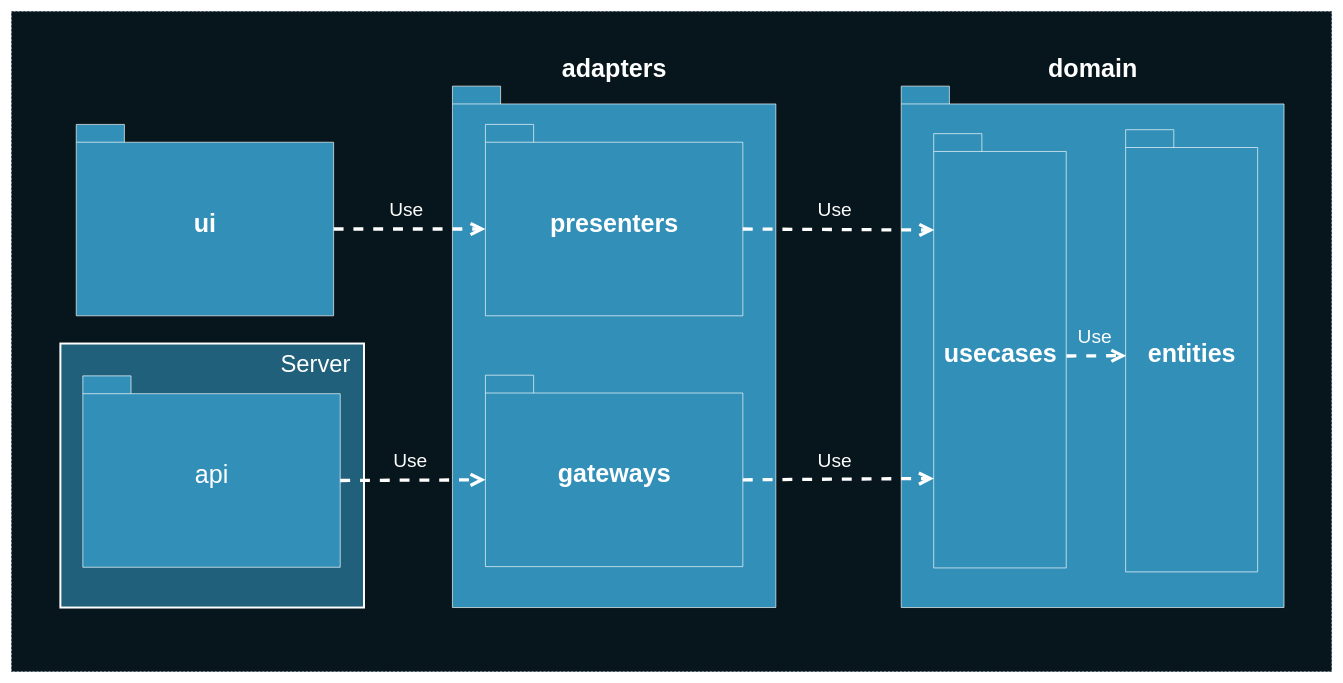
This is deck/ru/diagrams/packagesDependencies.drawio from AlexanderLapygin/ca-react-rest-api-starter, a draw.io file, before an edit. Source tidied: cells renumbered, new cells numbered last; positions are measured from the earlier drawing's top-left corner, leaving out a move shared by most shapes. Both pictures are drawn from the tidied source at 66%, with x=0, y=0 at pixel (11, 11).
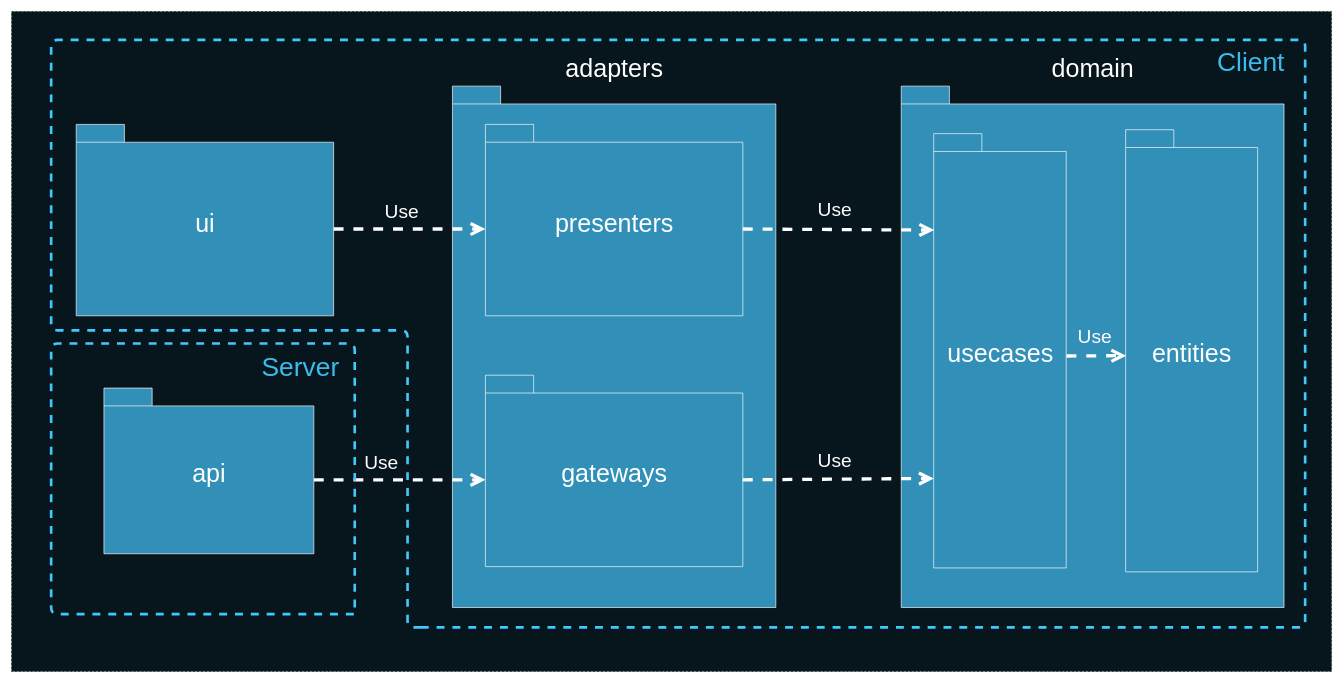
The same diagram, later.

Unchanged cells that the change refers to:
```xml
<mxCell id="4" style="group;" parent="1" vertex="1">
  <mxGeometry x="668" y="113" width="490" height="790" as="geometry" />
</mxCell>
<mxCell id="8" style="group;" parent="1" vertex="1">
  <mxGeometry x="1348" y="113" width="580" height="790" as="geometry" />
</mxCell>
```

The edit, as a diff of the source:
```diff
@@
-    <mxCell id="3" value="&lt;font color=&quot;#ffffff&quot; style=&quot;font-size: 38px&quot;&gt;ui&lt;/font&gt;" style="shape=folder;fontStyle=1;spacingTop=10;tabWidth=73;tabHeight=27;tabPosition=left;html=1;strokeColor=#FFFFFF;fillColor=#3290B8;" parent="1" vertex="1">
+    <mxCell id="3" value="&lt;font color=&quot;#ffffff&quot; style=&quot;font-size: 38px&quot;&gt;ui&lt;/font&gt;" style="shape=folder;fontStyle=0;spacingTop=10;tabWidth=73;tabHeight=27;tabPosition=left;html=1;strokeColor=#FFFFFF;fillColor=#3290B8;" parent="1" vertex="1">
       <mxGeometry x="98" y="171" width="390" height="290" as="geometry" />
     </mxCell>
@@
-    <mxCell id="5" value="&lt;font color=&quot;#ffffff&quot; style=&quot;font-size: 38px&quot;&gt;adapters&lt;/font&gt;" style="shape=folder;fontStyle=1;spacingTop=10;tabWidth=73;tabHeight=27;tabPosition=left;html=1;strokeColor=#FFFFFF;fillColor=#3290B8;labelPosition=center;verticalLabelPosition=top;align=center;verticalAlign=bottom;" parent="4" vertex="1">
+    <mxCell id="5" value="&lt;font color=&quot;#ffffff&quot; style=&quot;font-size: 38px&quot;&gt;adapters&lt;/font&gt;" style="shape=folder;fontStyle=0;spacingTop=10;tabWidth=73;tabHeight=27;tabPosition=left;html=1;strokeColor=#FFFFFF;fillColor=#3290B8;labelPosition=center;verticalLabelPosition=top;align=center;verticalAlign=bottom;" parent="4" vertex="1">
       <mxGeometry width="490" height="790" as="geometry" />
     </mxCell>
-    <mxCell id="6" value="&lt;font color=&quot;#ffffff&quot; style=&quot;font-size: 38px&quot;&gt;presenters&lt;/font&gt;" style="shape=folder;fontStyle=1;spacingTop=10;tabWidth=73;tabHeight=27;tabPosition=left;html=1;strokeColor=#FFFFFF;fillColor=#3290B8;" parent="4" vertex="1">
+    <mxCell id="6" value="&lt;font color=&quot;#ffffff&quot; style=&quot;font-size: 38px&quot;&gt;presenters&lt;/font&gt;" style="shape=folder;fontStyle=0;spacingTop=10;tabWidth=73;tabHeight=27;tabPosition=left;html=1;strokeColor=#FFFFFF;fillColor=#3290B8;" parent="4" vertex="1">
       <mxGeometry x="50" y="58" width="390" height="290" as="geometry" />
     </mxCell>
-    <mxCell id="7" value="&lt;font color=&quot;#ffffff&quot; style=&quot;font-size: 38px&quot;&gt;gateways&lt;/font&gt;" style="shape=folder;fontStyle=1;spacingTop=10;tabWidth=73;tabHeight=27;tabPosition=left;html=1;strokeColor=#FFFFFF;fillColor=#3290B8;" parent="4" vertex="1">
+    <mxCell id="7" value="&lt;font color=&quot;#ffffff&quot; style=&quot;font-size: 38px&quot;&gt;gateways&lt;/font&gt;" style="shape=folder;fontStyle=0;spacingTop=10;tabWidth=73;tabHeight=27;tabPosition=left;html=1;strokeColor=#FFFFFF;fillColor=#3290B8;" parent="4" vertex="1">
       <mxGeometry x="50" y="438" width="390" height="290" as="geometry" />
     </mxCell>
@@
-    <mxCell id="9" value="&lt;font color=&quot;#ffffff&quot; style=&quot;font-size: 38px&quot;&gt;domain&lt;/font&gt;" style="shape=folder;fontStyle=1;spacingTop=10;tabWidth=73;tabHeight=27;tabPosition=left;html=1;strokeColor=#FFFFFF;fillColor=#3290B8;labelPosition=center;verticalLabelPosition=top;align=center;verticalAlign=bottom;" parent="8" vertex="1">
+    <mxCell id="9" value="&lt;font color=&quot;#ffffff&quot; style=&quot;font-size: 38px&quot;&gt;domain&lt;/font&gt;" style="shape=folder;fontStyle=0;spacingTop=10;tabWidth=73;tabHeight=27;tabPosition=left;html=1;strokeColor=#FFFFFF;fillColor=#3290B8;labelPosition=center;verticalLabelPosition=top;align=center;verticalAlign=bottom;" parent="8" vertex="1">
       <mxGeometry width="580" height="790" as="geometry" />
     </mxCell>
-    <mxCell id="10" value="&lt;font color=&quot;#ffffff&quot; style=&quot;font-size: 38px&quot;&gt;entities&lt;/font&gt;" style="shape=folder;fontStyle=1;spacingTop=10;tabWidth=73;tabHeight=27;tabPosition=left;html=1;strokeColor=#FFFFFF;fillColor=#3290B8;" parent="8" vertex="1">
+    <mxCell id="10" value="&lt;font color=&quot;#ffffff&quot; style=&quot;font-size: 38px&quot;&gt;entities&lt;/font&gt;" style="shape=folder;fontStyle=0;spacingTop=10;tabWidth=73;tabHeight=27;tabPosition=left;html=1;strokeColor=#FFFFFF;fillColor=#3290B8;" parent="8" vertex="1">
       <mxGeometry x="340" y="66" width="200" height="670" as="geometry" />
     </mxCell>
-    <mxCell id="11" value="&lt;font color=&quot;#ffffff&quot; style=&quot;font-size: 38px&quot;&gt;usecases&lt;/font&gt;" style="shape=folder;fontStyle=1;spacingTop=10;tabWidth=73;tabHeight=27;tabPosition=left;html=1;strokeColor=#FFFFFF;fillColor=#3290B8;" parent="8" vertex="1">
+    <mxCell id="11" value="&lt;font color=&quot;#ffffff&quot; style=&quot;font-size: 38px&quot;&gt;usecases&lt;/font&gt;" style="shape=folder;fontStyle=0;spacingTop=10;tabWidth=73;tabHeight=27;tabPosition=left;html=1;strokeColor=#FFFFFF;fillColor=#3290B8;" parent="8" vertex="1">
       <mxGeometry x="49.2" y="72" width="200.8" height="658" as="geometry" />
     </mxCell>
@@
     <mxCell id="13" value="Use" style="endArrow=open;endSize=12;dashed=1;html=1;strokeColor=#FFFFFF;strokeWidth=5;fontSize=29;fontColor=#FFFFFF;entryX=0;entryY=0;entryDx=0;entryDy=158.5;entryPerimeter=0;exitX=0;exitY=0;exitDx=390;exitDy=158.5;exitPerimeter=0;labelBackgroundColor=none;" parent="1" edge="1" source="3" target="6">
-      <mxGeometry x="-0.04" y="29" relative="1" as="geometry" />
+      <mxGeometry x="-0.11" y="26" relative="1" as="geometry">
+        <mxPoint x="1" as="offset" />
+      </mxGeometry>
     </mxCell>
@@
-    <mxCell id="16" style="group;" parent="1" vertex="1">
-      <mxGeometry x="74" y="503" width="460" height="400" as="geometry" />
-    </mxCell>
-    <mxCell id="17" style="rounded=0;whiteSpace=wrap;html=1;strokeColor=#FFFFFF;strokeWidth=3;fillColor=#21607A;fontSize=23;fontColor=#FFFFFF;" parent="16" vertex="1">
-      <mxGeometry width="460" height="400" as="geometry" />
-    </mxCell>
+    <mxCell id="20" value="Use" style="endArrow=open;endSize=12;dashed=1;html=1;strokeColor=#FFFFFF;strokeWidth=5;fontSize=29;fontColor=#FFFFFF;entryX=0;entryY=0;entryDx=0;entryDy=158.5;entryPerimeter=0;exitX=0;exitY=0;exitDx=318;exitDy=139;labelBackgroundColor=none;exitPerimeter=0;" parent="1" edge="1" source="18" target="7">
+      <mxGeometry x="-0.22" y="27" relative="1" as="geometry">
+        <mxPoint x="1" y="1" as="offset" />
+      </mxGeometry>
+    </mxCell>
+    <mxCell id="21" style="group;" parent="1" vertex="1">
+      <mxGeometry x="50" y="43" width="1934" height="890" as="geometry" />
+    </mxCell>
+    <mxCell id="22" style="group;" parent="21" vertex="1">
+      <mxGeometry x="10" width="1924" height="890" as="geometry" />
+    </mxCell>
+    <mxCell id="23" style="edgeStyle=segmentEdgeStyle;endArrow=none;html=1;strokeColor=#41C9FF;strokeWidth=4;endFill=0;dashed=1;" parent="22" edge="1">
+      <mxGeometry relative="1" as="geometry">
+        <mxPoint x="560" y="890" as="sourcePoint" />
+        <mxPoint x="560" y="890" as="targetPoint" />
+        <Array as="points">
+          <mxPoint x="1900" y="890" />
+          <mxPoint x="1900" />
+          <mxPoint />
+          <mxPoint y="440" />
+          <mxPoint x="540" y="440" />
+          <mxPoint x="540" y="890" />
+        </Array>
+      </mxGeometry>
+    </mxCell>
+    <mxCell id="24" value="Client" style="text;html=1;strokeColor=none;fillColor=none;align=center;verticalAlign=middle;whiteSpace=wrap;rounded=0;fontColor=#3CBBED;fontSize=40;" parent="22" vertex="1">
+      <mxGeometry x="1712" y="3" width="212" height="60" as="geometry" />
+    </mxCell>
+    <mxCell id="25" style="group;" parent="1" vertex="1">
+      <mxGeometry x="60" y="503" width="484" height="410" as="geometry" />
+    </mxCell>
-    <mxCell id="18" value="&lt;font color=&quot;#ffffff&quot; style=&quot;font-size: 38px ; font-weight: normal&quot;&gt;api&lt;/font&gt;" style="shape=folder;fontStyle=1;spacingTop=10;tabWidth=73;tabHeight=27;tabPosition=left;html=1;strokeColor=#FFFFFF;fillColor=#3290B8;" parent="16" vertex="1">
-      <mxGeometry x="34" y="49" width="390" height="290" as="geometry" />
+    <mxCell id="18" value="&lt;font color=&quot;#ffffff&quot; style=&quot;font-size: 38px;&quot;&gt;api&lt;/font&gt;" style="shape=folder;fontStyle=0;spacingTop=10;tabWidth=73;tabHeight=27;tabPosition=left;html=1;strokeColor=#FFFFFF;fillColor=#3290B8;" parent="25" vertex="1">
+      <mxGeometry x="80" y="67.5" width="318" height="251" as="geometry" />
     </mxCell>
+    <mxCell id="26" style="group;" parent="25" vertex="1">
+      <mxGeometry width="484" height="410" as="geometry" />
+    </mxCell>
+    <mxCell id="27" style="edgeStyle=segmentEdgeStyle;endArrow=none;html=1;strokeColor=#41C9FF;strokeWidth=4;endFill=0;dashed=1;" parent="26" edge="1">
+      <mxGeometry relative="1" as="geometry">
+        <mxPoint x="460" y="400" as="sourcePoint" />
+        <mxPoint x="460" y="410" as="targetPoint" />
+        <Array as="points">
+          <mxPoint x="460" />
+          <mxPoint />
+          <mxPoint y="410" />
+          <mxPoint x="460" y="410" />
+        </Array>
+      </mxGeometry>
+    </mxCell>
-    <mxCell id="19" value="Server" style="text;html=1;strokeColor=none;fillColor=none;align=center;verticalAlign=middle;whiteSpace=wrap;rounded=0;fontSize=36;fontColor=#FFFFFF;fontStyle=0;" parent="16" vertex="1">
-      <mxGeometry x="327" y="21" width="120" height="20" as="geometry" />
+    <mxCell id="19" value="Server" style="text;html=1;strokeColor=none;fillColor=none;align=center;verticalAlign=middle;whiteSpace=wrap;rounded=0;fontColor=#3CBBED;fontSize=40;" parent="26" vertex="1">
+      <mxGeometry x="272" y="4.5" width="212" height="60" as="geometry" />
     </mxCell>
-    <mxCell id="20" value="Use" style="endArrow=open;endSize=12;dashed=1;html=1;strokeColor=#FFFFFF;strokeWidth=5;fontSize=29;fontColor=#FFFFFF;entryX=0;entryY=0;entryDx=0;entryDy=158.5;entryPerimeter=0;exitX=0;exitY=0;exitDx=390;exitDy=158.5;labelBackgroundColor=none;exitPerimeter=0;" parent="1" edge="1" source="18" target="7">
-      <mxGeometry x="-0.04" y="29" relative="1" as="geometry" />
-    </mxCell>
```
